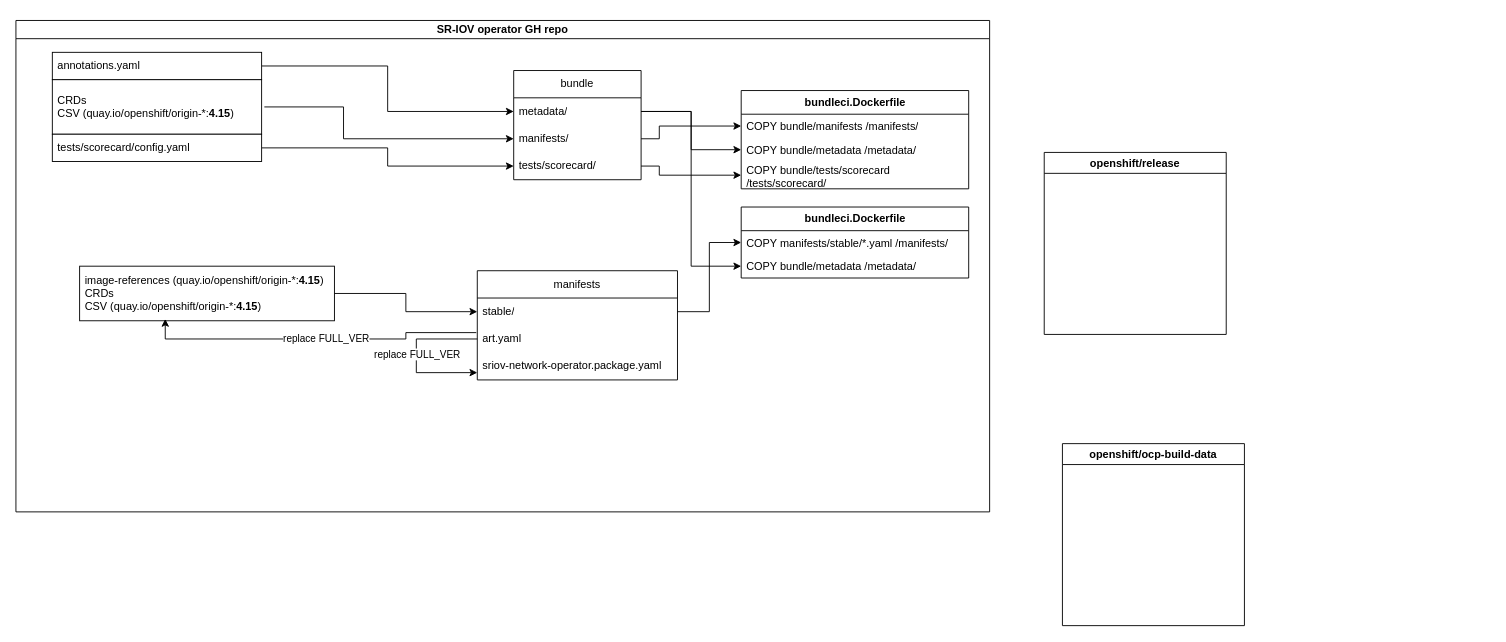
The draw.io diagram diagram/sriov-operator-ci.drawio in zeeke/public-data, before the edit. Source tidied: cells renumbered, new cells numbered last; positions are measured from the earlier drawing's top-left corner, leaving out a move shared by most shapes. Both pictures are drawn from the tidied source at 91%, with x=0, y=0 at pixel (15, 20).
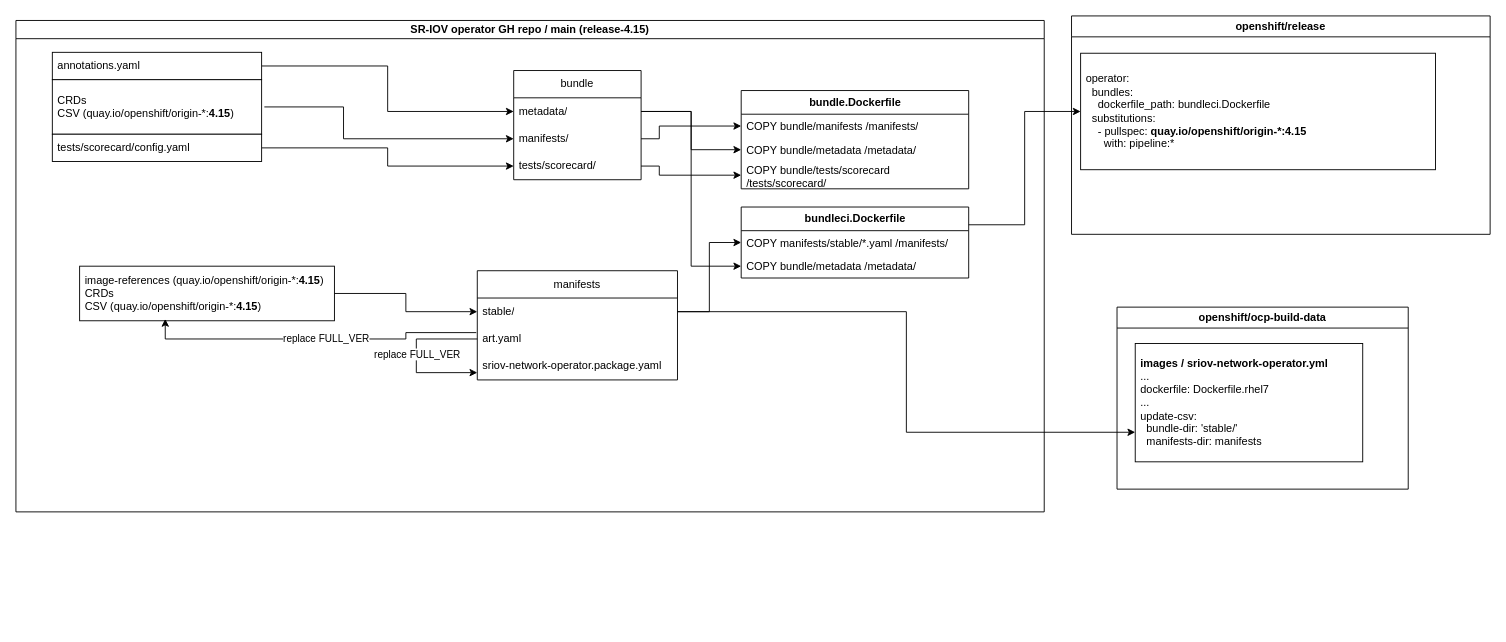
The same page after the edit.

Unchanged cells that the change refers to:
```xml
<mxCell id="5" value="&lt;b style=&quot;border-color: var(--border-color);&quot;&gt;bundleci.Dockerfile&lt;/b&gt;" style="swimlane;fontStyle=0;horizontal=1;startSize=26;fillColor=none;html=1;" parent="2" vertex="1">
  <mxGeometry x="797" y="205" width="250" height="78" as="geometry" />
</mxCell>
<mxCell id="26" value="stable/" style="text;strokeColor=none;fillColor=none;align=left;verticalAlign=middle;spacingLeft=4;spacingRight=4;overflow=hidden;points=[[0,0.5],[1,0.5]];portConstraint=eastwest;whiteSpace=wrap;html=1;" parent="25" vertex="1">
  <mxGeometry y="30" width="220" height="30" as="geometry" />
</mxCell>
```

Diff of the diagram source:
```diff
@@
-    <mxCell id="2" value="SR-IOV operator GH repo" style="swimlane;whiteSpace=wrap;html=1;startSize=20;" parent="1" vertex="1">
-      <mxGeometry width="1070" height="540" as="geometry" />
+    <mxCell id="2" value="SR-IOV operator GH repo / main (release-4.15)" style="swimlane;whiteSpace=wrap;html=1;startSize=20;" parent="1" vertex="1">
+      <mxGeometry width="1130" height="540" as="geometry" />
     </mxCell>
@@
-    <mxCell id="12" value="&lt;b style=&quot;border-color: var(--border-color);&quot;&gt;bundleci.Dockerfile&lt;/b&gt;" style="swimlane;fontStyle=0;horizontal=1;startSize=26;fillColor=none;html=1;" parent="2" vertex="1">
+    <mxCell id="12" value="&lt;b style=&quot;border-color: var(--border-color);&quot;&gt;bundle.Dockerfile&lt;/b&gt;" style="swimlane;fontStyle=0;horizontal=1;startSize=26;fillColor=none;html=1;" parent="2" vertex="1">
       <mxGeometry x="797" y="77" width="250" height="108" as="geometry" />
     </mxCell>
@@
     <mxCell id="35" value="openshift/release" style="swimlane;whiteSpace=wrap;html=1;" parent="1" vertex="1">
-      <mxGeometry x="1130" y="145" width="200" height="200" as="geometry" />
+      <mxGeometry x="1160" y="-5" width="460" height="240" as="geometry" />
     </mxCell>
+    <mxCell id="37" value="operator:&lt;br&gt;&amp;nbsp; bundles:&lt;br&gt;&amp;nbsp; &amp;nbsp;&amp;nbsp;dockerfile_path: bundleci.Dockerfile&lt;br&gt;&amp;nbsp; substitutions:&lt;br&gt;&amp;nbsp; &amp;nbsp;&amp;nbsp;- pullspec: &lt;b&gt;quay.io/openshift/origin-*:4.15&lt;/b&gt;&lt;div&gt;&amp;nbsp; &amp;nbsp; &amp;nbsp; with: pipeline:*&lt;/div&gt;" style="rounded=0;whiteSpace=wrap;html=1;align=left;spacing=6;" parent="35" vertex="1">
+      <mxGeometry x="10" y="41" width="390" height="128" as="geometry" />
+    </mxCell>
     <mxCell id="36" value="openshift/ocp-build-data" style="swimlane;whiteSpace=wrap;html=1;" parent="1" vertex="1">
-      <mxGeometry x="1150" y="465" width="200" height="200" as="geometry" />
+      <mxGeometry x="1210" y="315" width="320" height="200" as="geometry" />
     </mxCell>
+    <mxCell id="38" value="&lt;div&gt;&lt;b&gt;images&amp;nbsp;&lt;span style=&quot;background-color: initial;&quot;&gt;/ sriov-network-operator.yml&lt;/span&gt;&lt;/b&gt;&lt;/div&gt;&lt;div&gt;&lt;span style=&quot;background-color: initial;&quot;&gt;...&lt;br&gt;dockerfile: Dockerfile.rhel7&lt;br&gt;...&lt;br&gt;&lt;div&gt;update-csv:&lt;/div&gt;&lt;div&gt;&amp;nbsp; bundle-dir: 'stable/'&lt;/div&gt;&lt;div&gt;&amp;nbsp; manifests-dir: manifests&lt;/div&gt;&lt;/span&gt;&lt;/div&gt;" style="rounded=0;whiteSpace=wrap;html=1;align=left;spacing=6;" parent="36" vertex="1">
+      <mxGeometry x="20" y="40" width="250" height="130" as="geometry" />
+    </mxCell>
+    <mxCell id="39" style="edgeStyle=orthogonalEdgeStyle;rounded=0;jettySize=auto;html=1;exitX=1;exitY=0.25;exitDx=0;exitDy=0;entryX=0;entryY=0.5;entryDx=0;entryDy=0;" parent="1" edge="1" source="5" target="37">
+      <mxGeometry relative="1" as="geometry" />
+    </mxCell>
+    <mxCell id="40" style="edgeStyle=orthogonalEdgeStyle;rounded=0;jettySize=auto;html=1;exitX=1;exitY=0.5;exitDx=0;exitDy=0;entryX=0;entryY=0.75;entryDx=0;entryDy=0;" parent="1" edge="1" source="26" target="38">
+      <mxGeometry relative="1" as="geometry" />
+    </mxCell>
```
